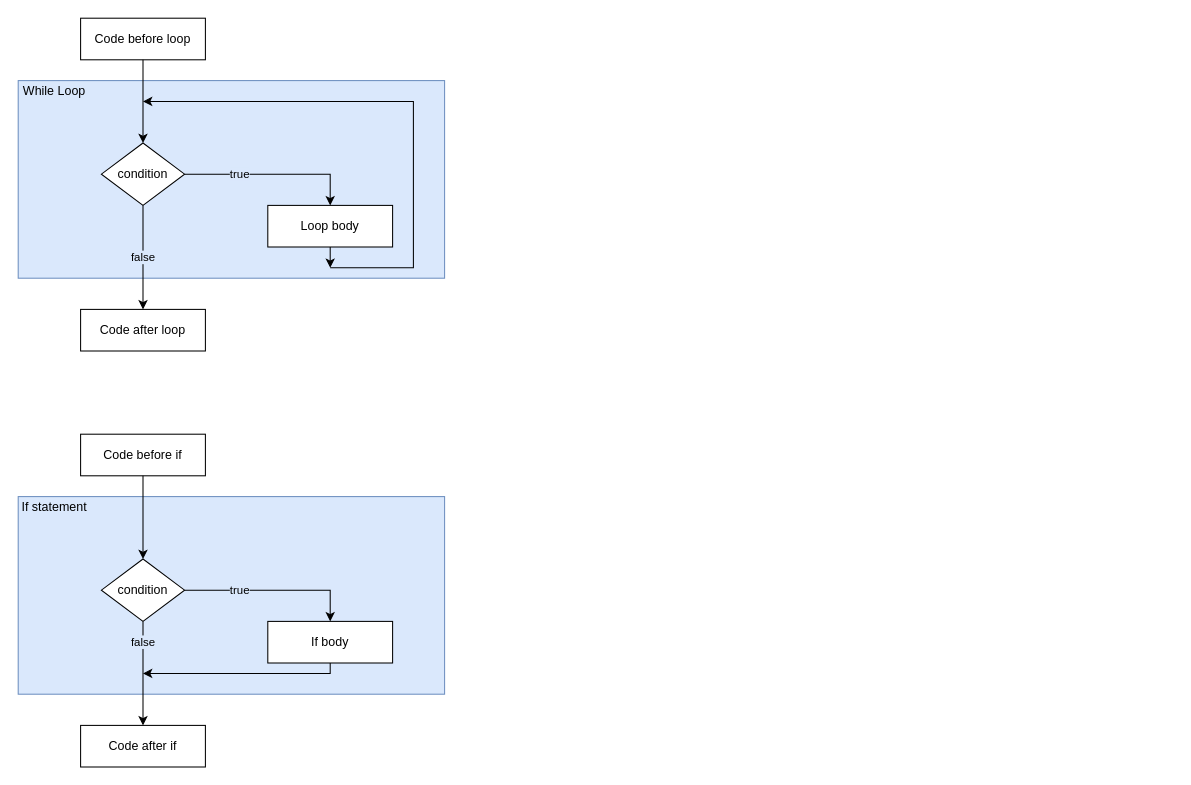
Above: external/images/control-structures.drawio in ascholerChemeketa/welcomeprogramming (draw.io), before the change. Source tidied: cells renumbered, new cells numbered last; positions are measured from the earlier drawing's top-left corner, leaving out a move shared by most shapes. Both pictures are drawn from the tidied source at 104%, with x=0, y=0 at pixel (18, 18).
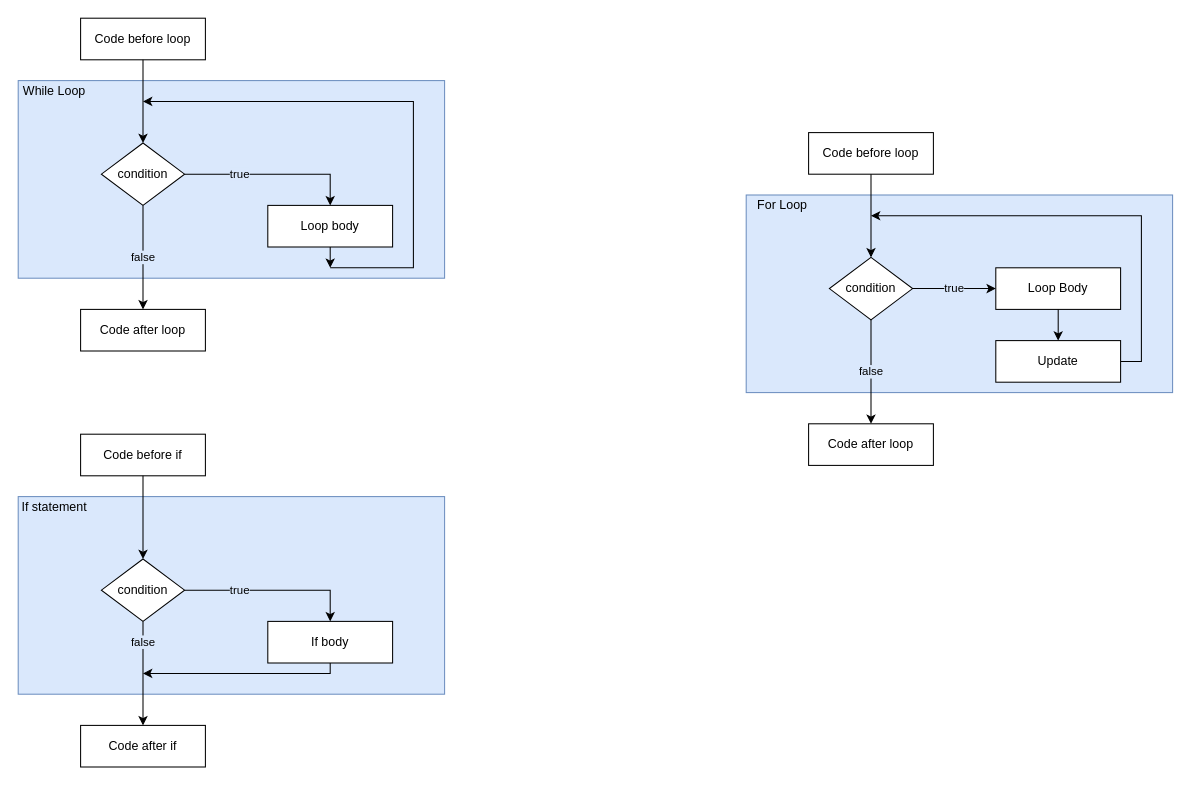
The same page after the edit.

Diff of the diagram source:
```diff
@@
+    <mxCell id="23" style="rounded=0;whiteSpace=wrap;html=1;fillColor=#DAE8FC;strokeColor=#6c8ebf;" parent="1" vertex="1">
+      <mxGeometry x="700" y="170" width="410" height="190" as="geometry" />
+    </mxCell>
+    <mxCell id="24" value="Code before loop" style="rounded=0;whiteSpace=wrap;html=1;" parent="1" vertex="1">
+      <mxGeometry x="760" y="110" width="120" height="40" as="geometry" />
+    </mxCell>
+    <mxCell id="25" value="Loop Body" style="rounded=0;whiteSpace=wrap;html=1;" parent="1" vertex="1">
+      <mxGeometry x="940" y="240" width="120" height="40" as="geometry" />
+    </mxCell>
+    <mxCell id="26" value="condition" style="rhombus;whiteSpace=wrap;html=1;" parent="1" vertex="1">
+      <mxGeometry x="780" y="230" width="80" height="60" as="geometry" />
+    </mxCell>
+    <mxCell id="27" value="Code after loop" style="rounded=0;whiteSpace=wrap;html=1;" parent="1" vertex="1">
+      <mxGeometry x="760" y="390" width="120" height="40" as="geometry" />
+    </mxCell>
+    <mxCell id="28" style="endArrow=classic;html=1;rounded=0;exitX=0.5;exitY=1;exitDx=0;exitDy=0;entryX=0.5;entryY=0;entryDx=0;entryDy=0;" parent="1" edge="1" source="24" target="26">
+      <mxGeometry relative="1" as="geometry" />
+    </mxCell>
+    <mxCell id="29" value="false" style="endArrow=classic;html=1;rounded=0;exitX=0.5;exitY=1;exitDx=0;exitDy=0;entryX=0.5;entryY=0;entryDx=0;entryDy=0;labelBackgroundColor=#DAE8FC;" parent="1" edge="1" source="26" target="27">
+      <mxGeometry relative="1" as="geometry" />
+    </mxCell>
+    <mxCell id="30" style="endArrow=classic;html=1;rounded=0;endFill=1;flowAnimation=0;" parent="1" edge="1">
+      <mxGeometry relative="1" as="geometry">
+        <mxPoint x="1080" y="330" as="sourcePoint" />
+        <mxPoint x="820" y="190" as="targetPoint" />
+        <Array as="points">
+          <mxPoint x="1060" y="330" />
+          <mxPoint x="1080" y="330" />
+          <mxPoint x="1080" y="190" />
+        </Array>
+      </mxGeometry>
+    </mxCell>
+    <mxCell id="31" value="true" style="endArrow=classic;html=1;rounded=0;exitX=1;exitY=0.5;exitDx=0;exitDy=0;entryX=0;entryY=0.5;entryDx=0;entryDy=0;labelBackgroundColor=#DAE8FC;" parent="1" edge="1" source="26" target="25">
+      <mxGeometry relative="1" as="geometry">
+        <Array as="points">
+          <mxPoint x="900" y="260" />
+        </Array>
+      </mxGeometry>
+    </mxCell>
+    <mxCell id="32" style="endArrow=classic;html=1;rounded=0;exitX=0.5;exitY=1;exitDx=0;exitDy=0;" parent="1" edge="1" source="25">
+      <mxGeometry relative="1" as="geometry">
+        <mxPoint x="1000" y="310" as="targetPoint" />
+      </mxGeometry>
+    </mxCell>
+    <mxCell id="33" value="For Loop" style="text;html=1;align=center;verticalAlign=middle;whiteSpace=wrap;rounded=0;" parent="1" vertex="1">
+      <mxGeometry x="700" y="170" width="70" height="20" as="geometry" />
+    </mxCell>
+    <mxCell id="34" value="Update" style="rounded=0;whiteSpace=wrap;html=1;" parent="1" vertex="1">
+      <mxGeometry x="940" y="310" width="120" height="40" as="geometry" />
+    </mxCell>
```
